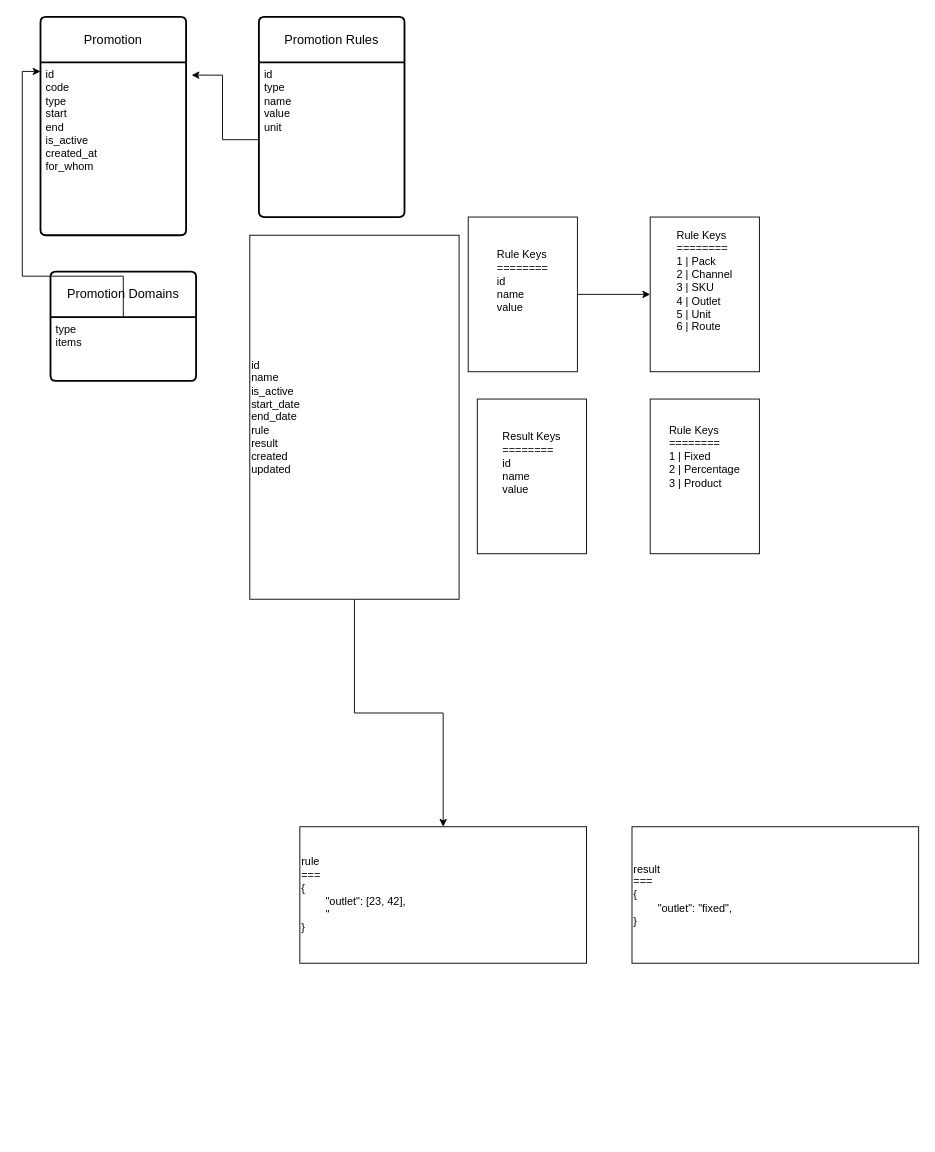
This is promotion.drawio from dsifat/cvrp-ga, a draw.io file, before an edit. Source tidied: cells renumbered, new cells numbered last; positions are measured from the earlier drawing's top-left corner, leaving out a move shared by most shapes. Both pictures are drawn from the tidied source at 91%, with x=0, y=0 at pixel (40, 16).
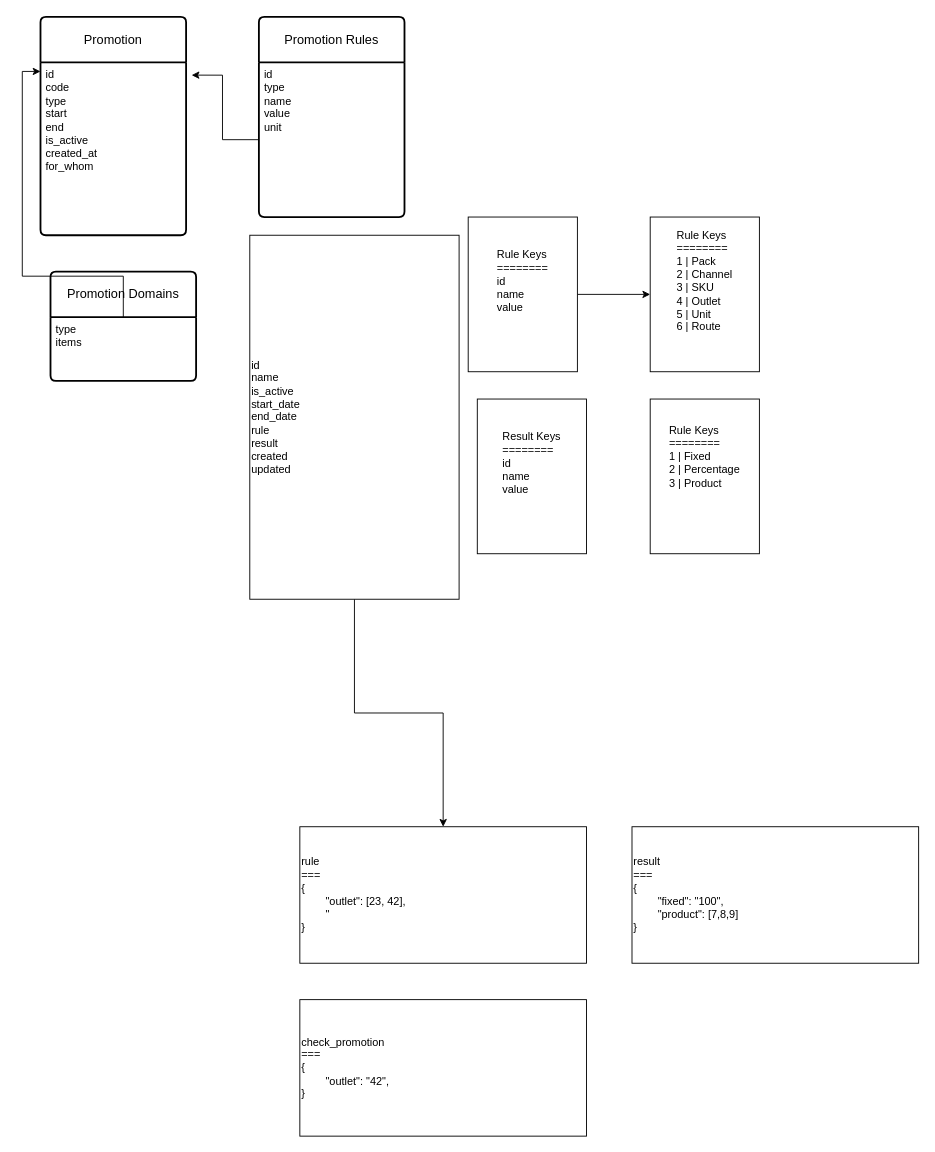
Above is the later version.

Change to the diagram source:
```diff
@@
 <mxGraphModel>
   <root>
     <mxCell id="0" />
     <mxCell id="1" parent="0" />
     <mxCell id="2" value="Promotion Rules" style="swimlane;horizontal=1;startSize=50;rounded=1;fontSize=14;fontStyle=0;strokeWidth=2;shadow=0;dashed=0;align=center;arcSize=4;whiteSpace=wrap;html=1;" parent="1" vertex="1">
       <mxGeometry x="240" width="160" height="220" as="geometry" />
     </mxCell>
     <mxCell id="3" value="id&lt;br&gt;type&lt;br&gt;name&lt;br&gt;value&lt;br&gt;unit" style="align=left;strokeColor=none;fillColor=none;spacingLeft=4;fontSize=12;verticalAlign=top;html=1;" parent="2" vertex="1">
       <mxGeometry y="50" width="160" height="170" as="geometry" />
     </mxCell>
     <mxCell id="4" value="Promotion" style="swimlane;horizontal=1;startSize=50;rounded=1;fontSize=14;fontStyle=0;strokeWidth=2;shadow=0;dashed=0;align=center;arcSize=4;whiteSpace=wrap;html=1;" parent="1" vertex="1">
       <mxGeometry width="160" height="240" as="geometry" />
     </mxCell>
     <mxCell id="5" value="id&lt;br&gt;code&lt;br&gt;type&lt;br&gt;start&lt;br&gt;end&lt;br&gt;is_active&lt;br&gt;created_at&lt;br&gt;for_whom" style="align=left;strokeColor=none;fillColor=none;spacingLeft=4;fontSize=12;verticalAlign=top;html=1;" parent="4" vertex="1">
       <mxGeometry y="50" width="160" height="190" as="geometry" />
     </mxCell>
     <mxCell id="6" style="edgeStyle=orthogonalEdgeStyle;rounded=0;jettySize=auto;html=1;entryX=1.038;entryY=0.074;entryDx=0;entryDy=0;entryPerimeter=0;" parent="1" edge="1" source="3" target="5">
       <mxGeometry relative="1" as="geometry" />
     </mxCell>
     <mxCell id="7" value="Promotion Domains" style="swimlane;horizontal=1;startSize=50;rounded=1;fontSize=14;fontStyle=0;strokeWidth=2;shadow=0;dashed=0;align=center;arcSize=4;whiteSpace=wrap;html=1;" parent="1" vertex="1">
       <mxGeometry x="11" y="280" width="160" height="120" as="geometry" />
     </mxCell>
     <mxCell id="8" value="type&lt;br&gt;items" style="align=left;strokeColor=none;fillColor=none;spacingLeft=4;fontSize=12;verticalAlign=top;html=1;" parent="7" vertex="1">
       <mxGeometry y="50" width="160" height="70" as="geometry" />
     </mxCell>
     <mxCell id="9" style="edgeStyle=orthogonalEdgeStyle;rounded=0;jettySize=auto;html=1;entryX=0;entryY=0.25;entryDx=0;entryDy=0;" parent="1" edge="1" source="8" target="4">
       <mxGeometry relative="1" as="geometry" />
     </mxCell>
     <mxCell id="10" style="edgeStyle=orthogonalEdgeStyle;rounded=0;jettySize=auto;html=1;" parent="1" edge="1" source="11" target="17">
       <mxGeometry relative="1" as="geometry" />
     </mxCell>
     <mxCell id="11" value="id&lt;br&gt;name&lt;br&gt;is_active&lt;br&gt;start_date&lt;br&gt;end_date&lt;br&gt;rule&lt;br&gt;result&lt;br&gt;created&lt;br&gt;updated" style="html=1;dashed=0;whiteSpace=wrap;align=left;" parent="1" vertex="1">
       <mxGeometry x="230" y="240" width="230" height="400" as="geometry" />
     </mxCell>
     <mxCell id="12" style="edgeStyle=orthogonalEdgeStyle;rounded=0;jettySize=auto;html=1;" parent="1" edge="1" source="13" target="15">
       <mxGeometry relative="1" as="geometry" />
     </mxCell>
     <mxCell id="13" value="&lt;div style=&quot;text-align: left;&quot;&gt;&lt;span style=&quot;background-color: initial;&quot;&gt;Rule Keys&lt;/span&gt;&lt;/div&gt;&lt;div style=&quot;text-align: left;&quot;&gt;&lt;span style=&quot;background-color: initial;&quot;&gt;========&lt;/span&gt;&lt;/div&gt;&lt;div style=&quot;text-align: left;&quot;&gt;&lt;span style=&quot;background-color: initial;&quot;&gt;id&lt;/span&gt;&lt;/div&gt;&lt;div style=&quot;text-align: left;&quot;&gt;&lt;span style=&quot;background-color: initial;&quot;&gt;name&lt;/span&gt;&lt;/div&gt;&lt;div style=&quot;text-align: left;&quot;&gt;&lt;span style=&quot;background-color: initial;&quot;&gt;value&lt;/span&gt;&lt;/div&gt;&lt;div style=&quot;text-align: left;&quot;&gt;&lt;span style=&quot;background-color: initial;&quot;&gt;&lt;br&gt;&lt;/span&gt;&lt;/div&gt;&lt;div style=&quot;text-align: left;&quot;&gt;&lt;span style=&quot;background-color: initial;&quot;&gt;&lt;br&gt;&lt;/span&gt;&lt;/div&gt;" style="html=1;dashed=0;whiteSpace=wrap;" parent="1" vertex="1">
       <mxGeometry x="470" y="220" width="120" height="170" as="geometry" />
     </mxCell>
     <mxCell id="14" value="&lt;div style=&quot;text-align: left;&quot;&gt;&lt;span style=&quot;background-color: initial;&quot;&gt;Result Keys&lt;/span&gt;&lt;/div&gt;&lt;div style=&quot;text-align: left;&quot;&gt;&lt;span style=&quot;background-color: initial;&quot;&gt;========&lt;/span&gt;&lt;/div&gt;&lt;div style=&quot;text-align: left;&quot;&gt;&lt;span style=&quot;background-color: initial;&quot;&gt;id&lt;/span&gt;&lt;/div&gt;&lt;div style=&quot;text-align: left;&quot;&gt;&lt;span style=&quot;background-color: initial;&quot;&gt;name&lt;/span&gt;&lt;/div&gt;&lt;div style=&quot;text-align: left;&quot;&gt;&lt;span style=&quot;background-color: initial;&quot;&gt;value&lt;/span&gt;&lt;/div&gt;&lt;div style=&quot;text-align: left;&quot;&gt;&lt;span style=&quot;background-color: initial;&quot;&gt;&lt;br&gt;&lt;/span&gt;&lt;/div&gt;&lt;div style=&quot;text-align: left;&quot;&gt;&lt;span style=&quot;background-color: initial;&quot;&gt;&lt;br&gt;&lt;/span&gt;&lt;/div&gt;" style="html=1;dashed=0;whiteSpace=wrap;" parent="1" vertex="1">
       <mxGeometry x="480" y="420" width="120" height="170" as="geometry" />
     </mxCell>
     <mxCell id="15" value="&lt;div style=&quot;text-align: left;&quot;&gt;&lt;span style=&quot;background-color: initial;&quot;&gt;Rule Keys&lt;/span&gt;&lt;/div&gt;&lt;div style=&quot;text-align: left;&quot;&gt;&lt;span style=&quot;background-color: initial;&quot;&gt;========&lt;/span&gt;&lt;/div&gt;&lt;div style=&quot;text-align: left;&quot;&gt;1 | Pack&lt;/div&gt;&lt;div style=&quot;text-align: left;&quot;&gt;2 | Channel&lt;/div&gt;&lt;div style=&quot;text-align: left;&quot;&gt;3 | SKU&lt;/div&gt;&lt;div style=&quot;text-align: left;&quot;&gt;4 | Outlet&lt;/div&gt;&lt;div style=&quot;text-align: left;&quot;&gt;5 | Unit&lt;/div&gt;&lt;div style=&quot;text-align: left;&quot;&gt;6 | Route&lt;/div&gt;&lt;div style=&quot;text-align: left;&quot;&gt;&lt;span style=&quot;background-color: initial;&quot;&gt;&lt;br&gt;&lt;/span&gt;&lt;/div&gt;&lt;div style=&quot;text-align: left;&quot;&gt;&lt;span style=&quot;background-color: initial;&quot;&gt;&lt;br&gt;&lt;/span&gt;&lt;/div&gt;" style="html=1;dashed=0;whiteSpace=wrap;" parent="1" vertex="1">
       <mxGeometry x="670" y="220" width="120" height="170" as="geometry" />
     </mxCell>
     <mxCell id="16" value="&lt;div style=&quot;text-align: left;&quot;&gt;&lt;span style=&quot;background-color: initial;&quot;&gt;Rule Keys&lt;/span&gt;&lt;/div&gt;&lt;div style=&quot;text-align: left;&quot;&gt;&lt;span style=&quot;background-color: initial;&quot;&gt;========&lt;/span&gt;&lt;/div&gt;&lt;div style=&quot;text-align: left;&quot;&gt;1 | Fixed&lt;/div&gt;&lt;div style=&quot;text-align: left;&quot;&gt;2 | Percentage&lt;/div&gt;&lt;div style=&quot;text-align: left;&quot;&gt;3 | Product&lt;/div&gt;&lt;div style=&quot;text-align: left;&quot;&gt;&lt;br&gt;&lt;/div&gt;&lt;div style=&quot;text-align: left;&quot;&gt;&lt;span style=&quot;background-color: initial;&quot;&gt;&lt;br&gt;&lt;/span&gt;&lt;/div&gt;&lt;div style=&quot;text-align: left;&quot;&gt;&lt;span style=&quot;background-color: initial;&quot;&gt;&lt;br&gt;&lt;/span&gt;&lt;/div&gt;" style="html=1;dashed=0;whiteSpace=wrap;" parent="1" vertex="1">
       <mxGeometry x="670" y="420" width="120" height="170" as="geometry" />
     </mxCell>
     <mxCell id="17" value="rule&lt;br&gt;===&lt;br&gt;{&lt;br&gt;&lt;span style=&quot;white-space: pre;&quot;&gt;&#9;&lt;/span&gt;&quot;outlet&quot;: [23, 42],&lt;br&gt;&lt;span style=&quot;white-space: pre;&quot;&gt;&#9;&lt;/span&gt;&quot;&lt;br&gt;}" style="whiteSpace=wrap;html=1;align=left;dashed=0;" parent="1" vertex="1">
       <mxGeometry x="285" y="890" width="315" height="150" as="geometry" />
     </mxCell>
-    <mxCell id="18" value="result&lt;br&gt;===&lt;br&gt;{&lt;br&gt;&lt;span style=&quot;white-space: pre;&quot;&gt;&#9;&lt;/span&gt;&quot;outlet&quot;: &quot;fixed&quot;,&lt;br&gt;}" style="whiteSpace=wrap;html=1;align=left;dashed=0;" parent="1" vertex="1">
+    <mxCell id="18" value="result&lt;br&gt;===&lt;br&gt;{&lt;br&gt;&lt;span style=&quot;white-space: pre;&quot;&gt;&#9;&lt;/span&gt;&quot;fixed&quot;: &quot;100&quot;,&lt;br&gt;&lt;span style=&quot;white-space: pre;&quot;&gt;&#9;&lt;/span&gt;&quot;product&quot;: [7,8,9]&lt;br&gt;}" style="whiteSpace=wrap;html=1;align=left;dashed=0;" parent="1" vertex="1">
       <mxGeometry x="650" y="890" width="315" height="150" as="geometry" />
     </mxCell>
+    <mxCell id="19" value="check_promotion&lt;br&gt;===&lt;br&gt;{&lt;br&gt;&lt;span style=&quot;white-space: pre;&quot;&gt;&#9;&lt;/span&gt;&quot;outlet&quot;: &quot;42&quot;,&lt;br&gt;}" style="whiteSpace=wrap;html=1;align=left;dashed=0;" parent="1" vertex="1">
+      <mxGeometry x="285" y="1080" width="315" height="150" as="geometry" />
+    </mxCell>
   </root>
 </mxGraphModel>
```
